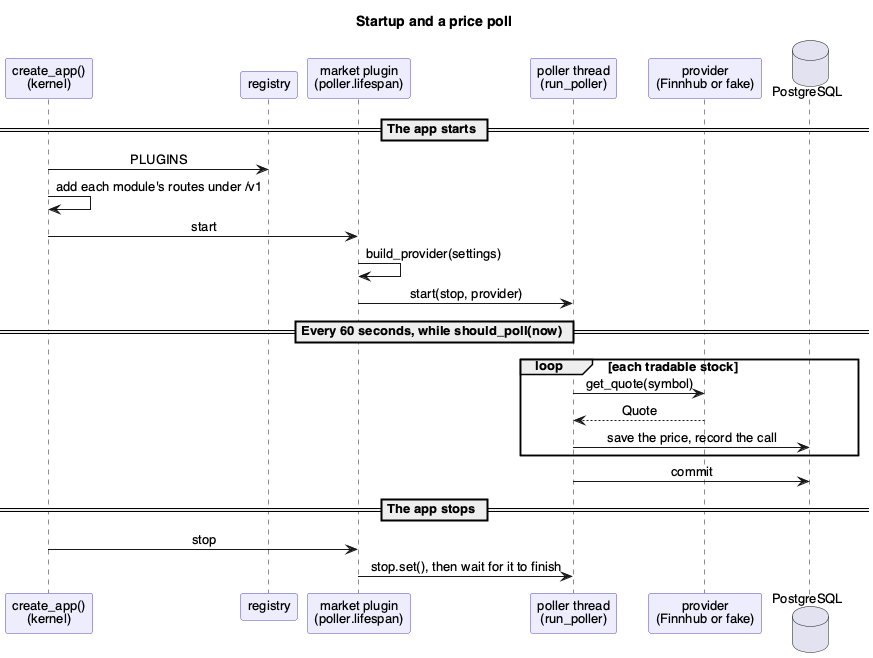
This is docs/Design/SoftArchitecture/figures/startup-and-poll.png from davislenover/BurnNEarn, a PlantUML export, as it was before one commit.
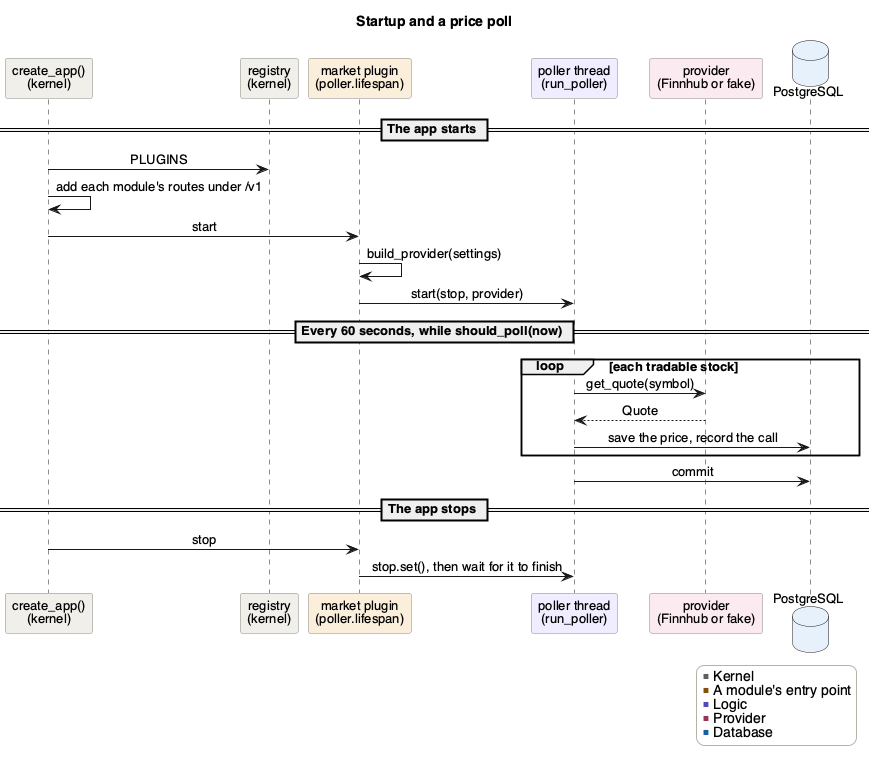
Later version of the same file.

Diff of the diagram source:
```diff
@@ -3,16 +3,17 @@
 skinparam defaultFontName Helvetica
 skinparam defaultFontSize 13
 skinparam sequenceMessageAlign center
-skinparam ParticipantBackgroundColor #EEEDFE
-skinparam ParticipantBorderColor #534AB7
+skinparam ParticipantBorderColor #888780
+skinparam LegendBackgroundColor #FFFFFF
+skinparam LegendBorderColor #B4B2A9
 title Startup and a price poll
 
-participant "create_app()\n(kernel)" as app
-participant "registry" as registry
-participant "market plugin\n(poller.lifespan)" as plugin
-participant "poller thread\n(run_poller)" as thread
-participant "provider\n(Finnhub or fake)" as provider
-database "PostgreSQL" as db
+participant "create_app()\n(kernel)" as app #F1EFE8
+participant "registry\n(kernel)" as registry #F1EFE8
+participant "market plugin\n(poller.lifespan)" as plugin #FAEEDA
+participant "poller thread\n(run_poller)" as thread #EEEDFE
+participant "provider\n(Finnhub or fake)" as provider #FBEAF0
+database "PostgreSQL" as db #E6F1FB
 
 == The app starts ==
 app -> registry : PLUGINS
@@ -32,4 +33,12 @@
 == The app stops ==
 app -> plugin : stop
 plugin -> thread : stop.set(), then wait for it to finish
+
+legend right
+  <color:#5F5E5A>■</color> Kernel
+  <color:#854F0B>■</color> A module's entry point
+  <color:#534AB7>■</color> Logic
+  <color:#993556>■</color> Provider
+  <color:#185FA5>■</color> Database
+endlegend
 @enduml
```
